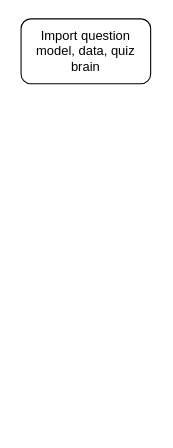
Above: true_or_false_quizz.drawio in Matasem-h/new_flowcharts (draw.io), before the change. Source tidied: cells renumbered, new cells numbered last; positions are measured from the earlier drawing's top-left corner, leaving out a move shared by most shapes. Both pictures are drawn from the tidied source at 108%, with x=0, y=0 at pixel (21, 18).
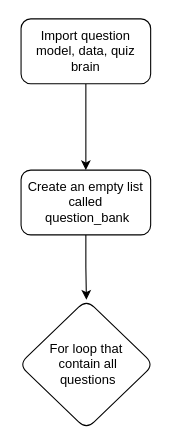
After the change.

What changed in the source:
```diff
@@
 <mxGraphModel>
   <root>
     <mxCell id="0" />
     <mxCell id="1" parent="0" />
+    <mxCell id="3" style="edgeStyle=orthogonalEdgeStyle;rounded=0;jettySize=auto;html=1;" parent="1" edge="1" source="2" target="5">
+      <mxGeometry relative="1" as="geometry" />
+    </mxCell>
     <mxCell id="2" value="Import question model, data, quiz brain" style="rounded=1;whiteSpace=wrap;html=1;" parent="1" vertex="1">
       <mxGeometry width="120" height="60" as="geometry" />
     </mxCell>
+    <mxCell id="4" style="edgeStyle=orthogonalEdgeStyle;rounded=0;jettySize=auto;html=1;" parent="1" edge="1" source="5" target="6">
+      <mxGeometry relative="1" as="geometry" />
+    </mxCell>
+    <mxCell id="5" value="&lt;div&gt;Create an empty list called&lt;/div&gt;&lt;div&gt;&amp;nbsp;question_bank&lt;/div&gt;" style="whiteSpace=wrap;html=1;rounded=1;" parent="1" vertex="1">
+      <mxGeometry y="140" width="120" height="60" as="geometry" />
+    </mxCell>
+    <mxCell id="6" value="&lt;div&gt;For loop that&lt;/div&gt;&lt;div&gt;&amp;nbsp;contain all&lt;/div&gt;&lt;div&gt;&amp;nbsp;questions&lt;/div&gt;" style="rhombus;whiteSpace=wrap;html=1;rounded=1;" parent="1" vertex="1">
+      <mxGeometry x="-2" y="260" width="125" height="120" as="geometry" />
+    </mxCell>
   </root>
 </mxGraphModel>
```
